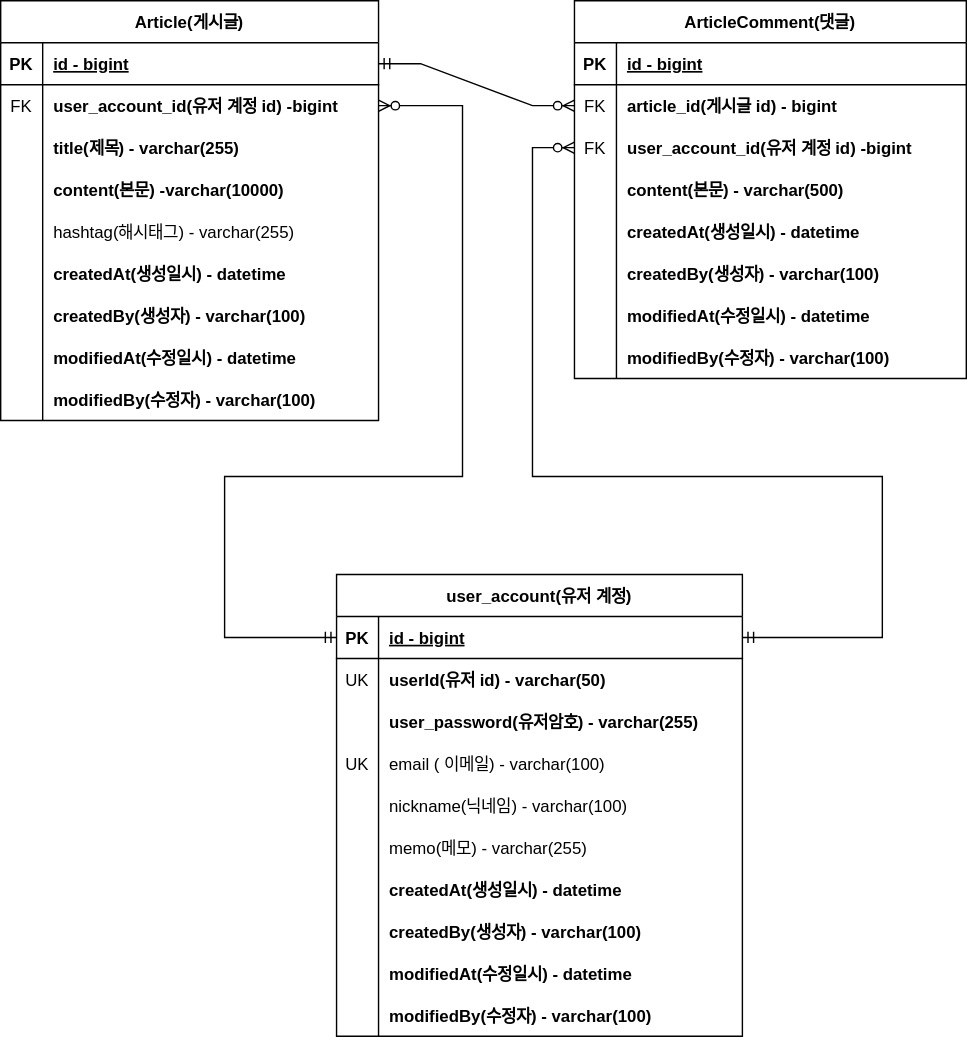
Before: document/project-board-erd.svg, a diagram exported from draw.io (astrataraxia/fastcampus-project-board). Source tidied: cells renumbered, new cells last; positions are measured from the earlier drawing's top-left corner, leaving out a move shared by most shapes.
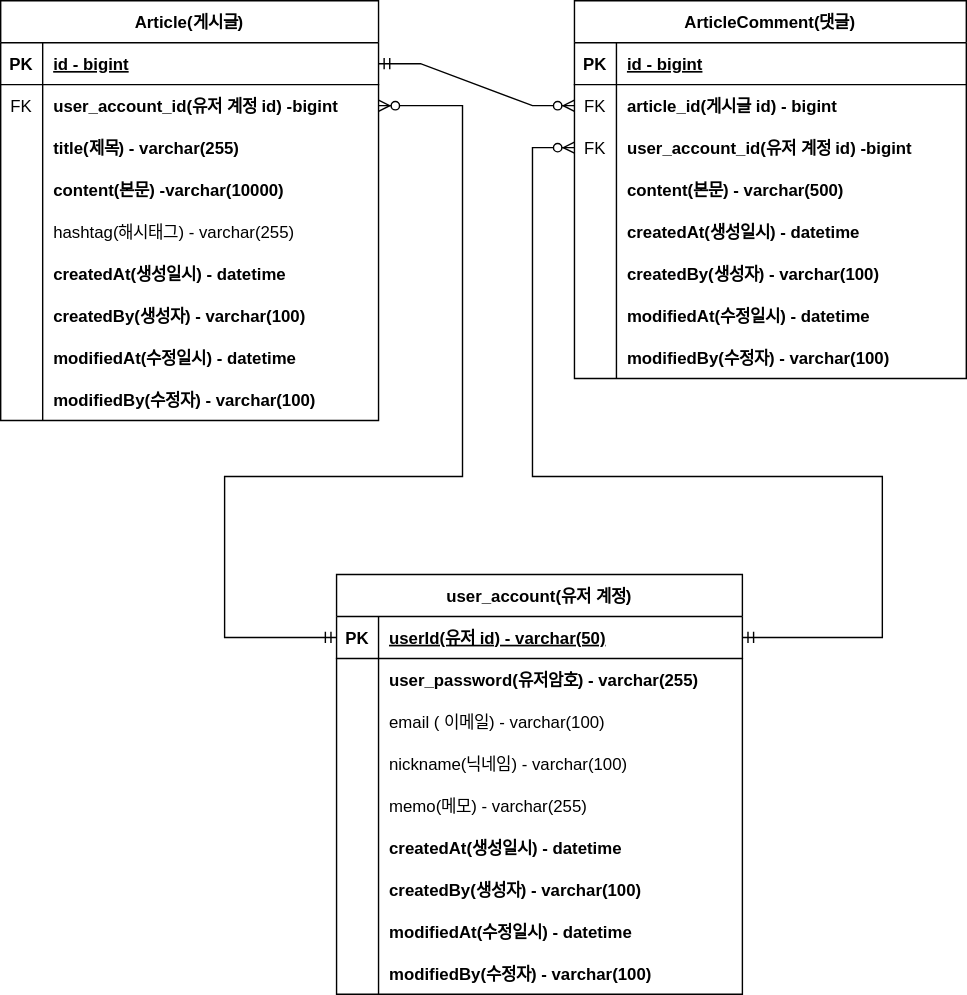
The same diagram one commit later.

Commit message:
#37ERD-userid pk로 바꿈

What changed in the source:
```diff
@@ -165,7 +165,7 @@
       <mxGeometry relative="1" as="geometry" />
     </mxCell>
     <mxCell id="56" value="user_account(유저 계정)" style="shape=table;startSize=30;rowLines=0;fontStyle=1;align=center;" parent="1" vertex="1">
-      <mxGeometry x="240" y="410" width="290" height="330" as="geometry" />
+      <mxGeometry x="240" y="410" width="290" height="300" as="geometry" />
     </mxCell>
     <mxCell id="57" style="shape=tableRow;horizontal=0;startSize=0;swimlaneHead=0;swimlaneBody=0;fillColor=none;points=[[0,0.5],[1,0.5]];portConstraint=eastwest;top=0;left=0;right=0;bottom=1;" parent="56" vertex="1">
       <mxGeometry y="30" width="290" height="30" as="geometry" />
@@ -173,20 +173,11 @@
     <mxCell id="58" value="PK" style="shape=partialRectangle;fillColor=none;top=0;left=0;bottom=0;right=0;fontStyle=1;overflow=hidden;" parent="57" vertex="1">
       <mxGeometry width="30" height="30" as="geometry" />
     </mxCell>
-    <mxCell id="59" value="id - bigint" style="shape=partialRectangle;fillColor=none;top=0;left=0;bottom=0;right=0;align=left;spacingLeft=6;fontStyle=5;overflow=hidden;" parent="57" vertex="1">
+    <mxCell id="59" value="userId(유저 id) - varchar(50)" style="shape=partialRectangle;fillColor=none;top=0;left=0;bottom=0;right=0;align=left;spacingLeft=6;fontStyle=5;overflow=hidden;" parent="57" vertex="1">
       <mxGeometry x="30" width="260" height="30" as="geometry" />
     </mxCell>
-    <mxCell id="60" style="shape=tableRow;horizontal=0;startSize=0;swimlaneHead=0;swimlaneBody=0;fillColor=none;top=0;left=0;right=0;bottom=0;" parent="56" vertex="1">
-      <mxGeometry y="60" width="290" height="30" as="geometry" />
-    </mxCell>
-    <mxCell id="61" value="UK" style="shape=partialRectangle;fillColor=none;top=0;left=0;bottom=0;right=0;overflow=hidden;" parent="60" vertex="1">
-      <mxGeometry width="30" height="30" as="geometry" />
-    </mxCell>
-    <mxCell id="62" value="userId(유저 id) - varchar(50)" style="shape=partialRectangle;fillColor=none;top=0;left=0;bottom=0;right=0;align=left;spacingLeft=6;overflow=hidden;fontStyle=1;" parent="60" vertex="1">
-      <mxGeometry x="30" width="260" height="30" as="geometry" />
-    </mxCell>
     <mxCell id="63" style="shape=tableRow;horizontal=0;startSize=0;swimlaneHead=0;swimlaneBody=0;fillColor=none;top=0;left=0;right=0;bottom=0;" parent="56" vertex="1">
-      <mxGeometry y="90" width="290" height="30" as="geometry" />
+      <mxGeometry y="60" width="290" height="30" as="geometry" />
     </mxCell>
     <mxCell id="64" style="shape=partialRectangle;fillColor=none;top=0;left=0;bottom=0;right=0;overflow=hidden;" parent="63" vertex="1">
       <mxGeometry width="30" height="30" as="geometry" />
@@ -195,16 +186,16 @@
       <mxGeometry x="30" width="260" height="30" as="geometry" />
     </mxCell>
     <mxCell id="66" style="shape=tableRow;horizontal=0;startSize=0;swimlaneHead=0;swimlaneBody=0;fillColor=none;top=0;left=0;right=0;bottom=0;" parent="56" vertex="1">
-      <mxGeometry y="120" width="290" height="30" as="geometry" />
+      <mxGeometry y="90" width="290" height="30" as="geometry" />
     </mxCell>
-    <mxCell id="67" value="UK" style="shape=partialRectangle;fillColor=none;top=0;left=0;bottom=0;right=0;overflow=hidden;" parent="66" vertex="1">
+    <mxCell id="67" style="shape=partialRectangle;fillColor=none;top=0;left=0;bottom=0;right=0;overflow=hidden;" parent="66" vertex="1">
       <mxGeometry width="30" height="30" as="geometry" />
     </mxCell>
     <mxCell id="68" value="email ( 이메일) - varchar(100)" style="shape=partialRectangle;fillColor=none;top=0;left=0;bottom=0;right=0;align=left;spacingLeft=6;overflow=hidden;" parent="66" vertex="1">
       <mxGeometry x="30" width="260" height="30" as="geometry" />
     </mxCell>
     <mxCell id="69" style="shape=tableRow;horizontal=0;startSize=0;swimlaneHead=0;swimlaneBody=0;fillColor=none;top=0;left=0;right=0;bottom=0;" parent="56" vertex="1">
-      <mxGeometry y="150" width="290" height="30" as="geometry" />
+      <mxGeometry y="120" width="290" height="30" as="geometry" />
     </mxCell>
     <mxCell id="70" style="shape=partialRectangle;fillColor=none;top=0;left=0;bottom=0;right=0;overflow=hidden;" parent="69" vertex="1">
       <mxGeometry width="30" height="30" as="geometry" />
@@ -213,7 +204,7 @@
       <mxGeometry x="30" width="260" height="30" as="geometry" />
     </mxCell>
     <mxCell id="72" style="shape=tableRow;horizontal=0;startSize=0;swimlaneHead=0;swimlaneBody=0;fillColor=none;top=0;left=0;right=0;bottom=0;" parent="56" vertex="1">
-      <mxGeometry y="180" width="290" height="30" as="geometry" />
+      <mxGeometry y="150" width="290" height="30" as="geometry" />
     </mxCell>
     <mxCell id="73" style="shape=partialRectangle;fillColor=none;top=0;left=0;bottom=0;right=0;overflow=hidden;" parent="72" vertex="1">
       <mxGeometry width="30" height="30" as="geometry" />
@@ -222,7 +213,7 @@
       <mxGeometry x="30" width="260" height="30" as="geometry" />
     </mxCell>
     <mxCell id="75" style="shape=tableRow;horizontal=0;startSize=0;swimlaneHead=0;swimlaneBody=0;fillColor=none;top=0;left=0;right=0;bottom=0;" parent="56" vertex="1">
-      <mxGeometry y="210" width="290" height="30" as="geometry" />
+      <mxGeometry y="180" width="290" height="30" as="geometry" />
     </mxCell>
     <mxCell id="76" style="shape=partialRectangle;fillColor=none;top=0;left=0;bottom=0;right=0;overflow=hidden;" parent="75" vertex="1">
       <mxGeometry width="30" height="30" as="geometry" />
@@ -231,7 +222,7 @@
       <mxGeometry x="30" width="260" height="30" as="geometry" />
     </mxCell>
     <mxCell id="78" style="shape=tableRow;horizontal=0;startSize=0;swimlaneHead=0;swimlaneBody=0;fillColor=none;top=0;left=0;right=0;bottom=0;" parent="56" vertex="1">
-      <mxGeometry y="240" width="290" height="30" as="geometry" />
+      <mxGeometry y="210" width="290" height="30" as="geometry" />
     </mxCell>
     <mxCell id="79" style="shape=partialRectangle;fillColor=none;top=0;left=0;bottom=0;right=0;overflow=hidden;" parent="78" vertex="1">
       <mxGeometry width="30" height="30" as="geometry" />
@@ -240,7 +231,7 @@
       <mxGeometry x="30" width="260" height="30" as="geometry" />
     </mxCell>
     <mxCell id="81" style="shape=tableRow;horizontal=0;startSize=0;swimlaneHead=0;swimlaneBody=0;fillColor=none;top=0;left=0;right=0;bottom=0;" parent="56" vertex="1">
-      <mxGeometry y="270" width="290" height="30" as="geometry" />
+      <mxGeometry y="240" width="290" height="30" as="geometry" />
     </mxCell>
     <mxCell id="82" style="shape=partialRectangle;fillColor=none;top=0;left=0;bottom=0;right=0;overflow=hidden;" parent="81" vertex="1">
       <mxGeometry width="30" height="30" as="geometry" />
@@ -249,7 +240,7 @@
       <mxGeometry x="30" width="260" height="30" as="geometry" />
     </mxCell>
     <mxCell id="84" style="shape=tableRow;horizontal=0;startSize=0;swimlaneHead=0;swimlaneBody=0;fillColor=none;top=0;left=0;right=0;bottom=0;" parent="56" vertex="1">
-      <mxGeometry y="300" width="290" height="30" as="geometry" />
+      <mxGeometry y="270" width="290" height="30" as="geometry" />
     </mxCell>
     <mxCell id="85" style="shape=partialRectangle;fillColor=none;top=0;left=0;bottom=0;right=0;overflow=hidden;" parent="84" vertex="1">
       <mxGeometry width="30" height="30" as="geometry" />
```
